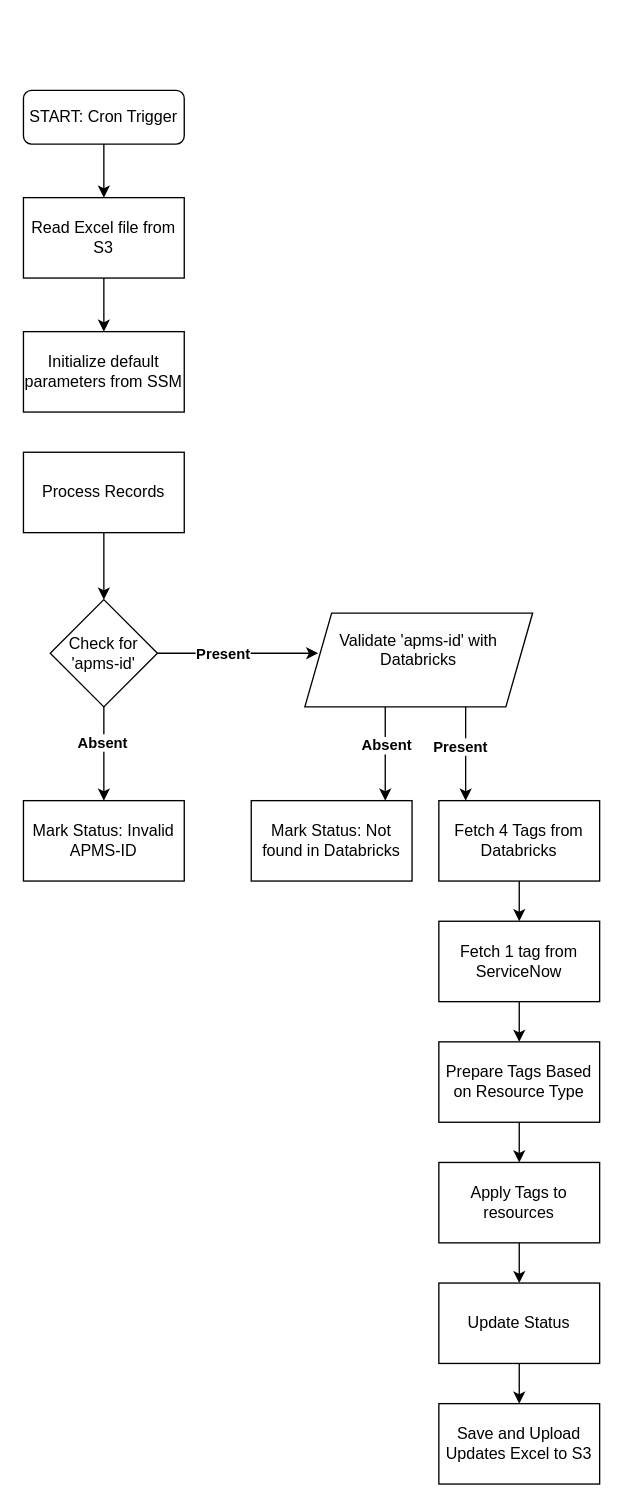
The draw.io diagram Flowchart_autoapplytags.drawio in sasikanth53/educka, before the edit. Source tidied: cells renumbered, new cells numbered last; positions are measured from the earlier drawing's top-left corner, leaving out a move shared by most shapes. Both pictures are drawn from the tidied source at 134%, with x=0, y=0 at pixel (23, 90).
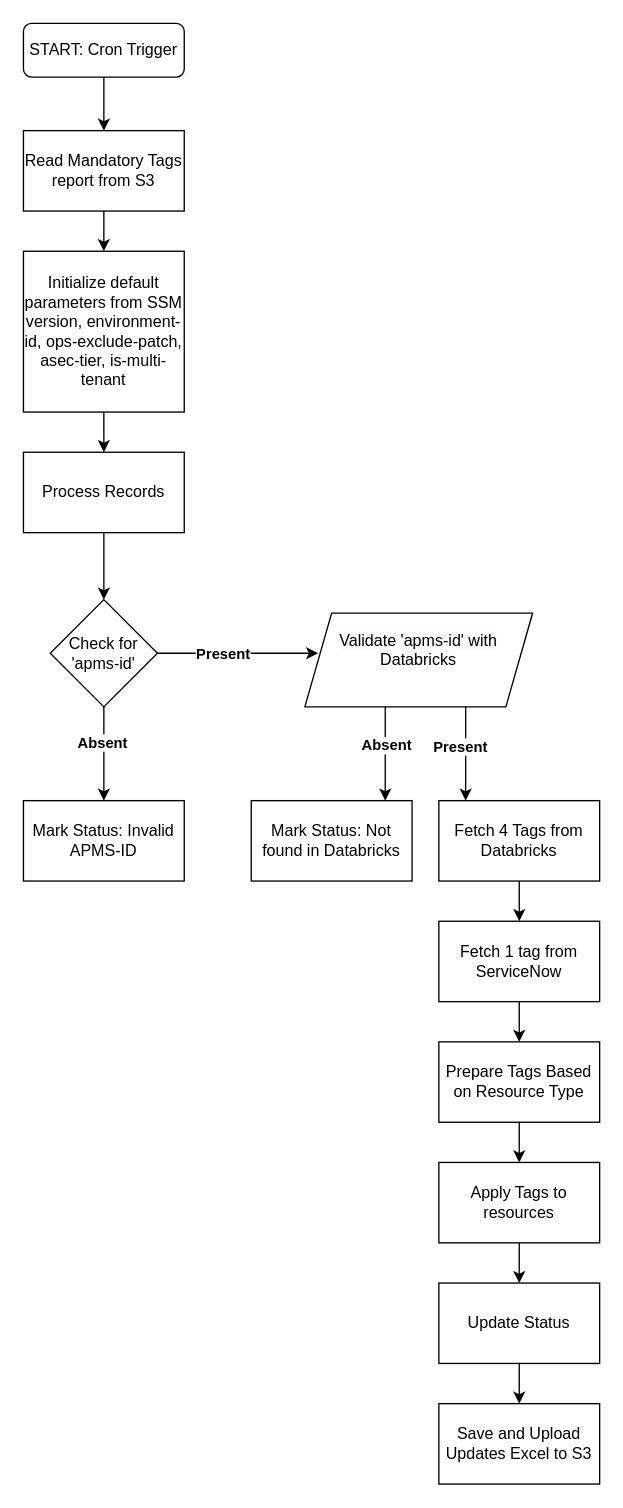
After the change.

Unchanged cells that the change refers to:
```xml
<mxCell id="8" value="Process Records" style="rounded=0;whiteSpace=wrap;html=1;" parent="1" vertex="1">
  <mxGeometry y="270" width="120" height="60" as="geometry" />
</mxCell>
```

What changed in the source:
```diff
@@
     <mxCell id="2" value="START: Cron Trigger" style="rounded=1;whiteSpace=wrap;html=1;fontSize=12;glass=0;strokeWidth=1;shadow=0;" parent="1" vertex="1">
-      <mxGeometry width="120" height="40" as="geometry" />
+      <mxGeometry y="-50" width="120" height="40" as="geometry" />
     </mxCell>
-    <mxCell id="3" style="endArrow=classic;html=1;rounded=0;exitX=0.5;exitY=1;exitDx=0;exitDy=0;" parent="1" edge="1" source="6">
-      <mxGeometry relative="1" as="geometry">
-        <mxPoint x="60" y="100" as="targetPoint" />
-      </mxGeometry>
+    <mxCell id="3" style="endArrow=classic;html=1;rounded=0;exitX=0.5;exitY=1;exitDx=0;exitDy=0;entryX=0.5;entryY=0;entryDx=0;entryDy=0;" parent="1" edge="1" source="6" target="4">
+      <mxGeometry relative="1" as="geometry" />
     </mxCell>
+    <mxCell id="33" style="edgeStyle=orthogonalEdgeStyle;rounded=0;jettySize=auto;html=1;" parent="1" edge="1" source="4" target="8">
+      <mxGeometry relative="1" as="geometry" />
+    </mxCell>
-    <mxCell id="4" value="Initialize default parameters from SSM" style="rounded=0;whiteSpace=wrap;html=1;" parent="1" vertex="1">
-      <mxGeometry y="180" width="120" height="60" as="geometry" />
+    <mxCell id="4" value="Initialize default parameters from SSM&lt;br&gt;version, environment-id, ops-exclude-patch, asec-tier, is-multi-tenant" style="rounded=0;whiteSpace=wrap;html=1;" parent="1" vertex="1">
+      <mxGeometry y="120" width="120" height="120" as="geometry" />
     </mxCell>
@@
-    <mxCell id="6" value="Read Excel file from S3" style="rounded=0;whiteSpace=wrap;html=1;" parent="1" vertex="1">
-      <mxGeometry y="80" width="120" height="60" as="geometry" />
+    <mxCell id="6" value="Read Mandatory Tags report from S3" style="rounded=0;whiteSpace=wrap;html=1;" parent="1" vertex="1">
+      <mxGeometry y="30" width="120" height="60" as="geometry" />
     </mxCell>
-    <mxCell id="7" style="endArrow=classic;html=1;rounded=0;exitX=0.5;exitY=1;exitDx=0;exitDy=0;entryX=0.5;entryY=0;entryDx=0;entryDy=0;" parent="1" edge="1" source="6" target="4">
-      <mxGeometry relative="1" as="geometry" />
-    </mxCell>
```
